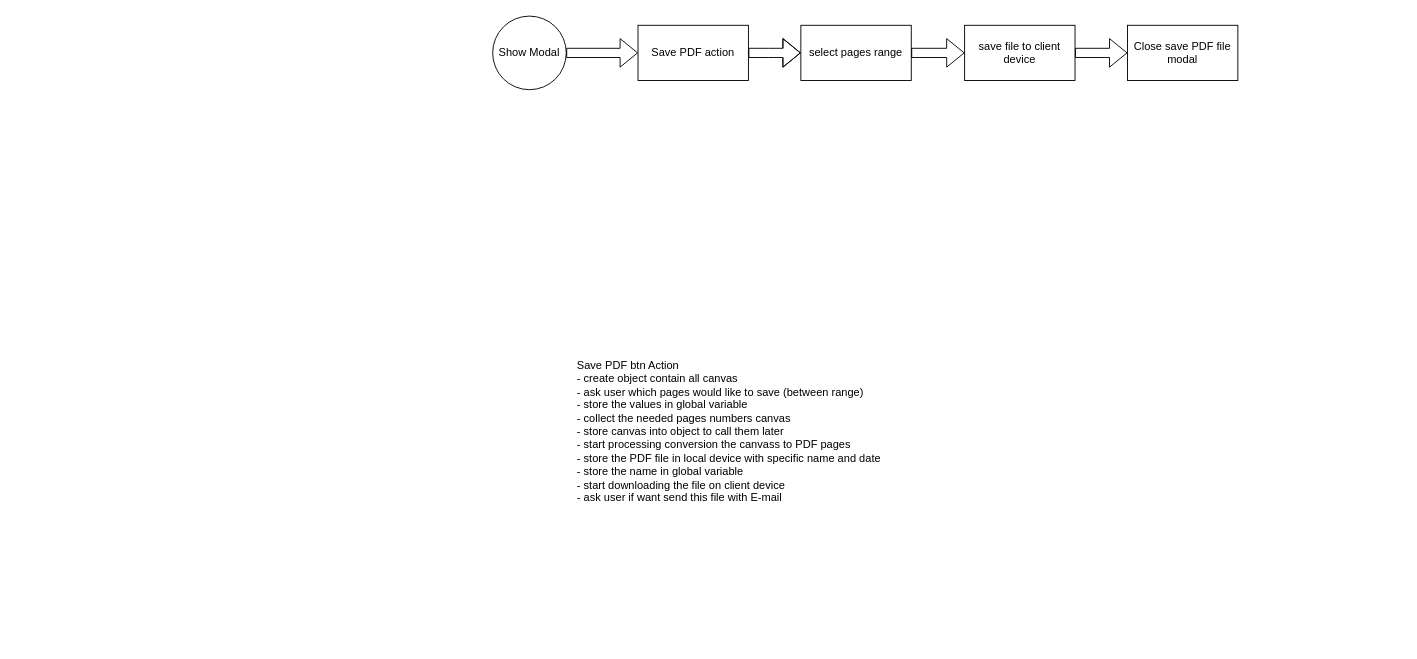
ahmadtechnik/signatureSystem keeps this draw.io diagram as page "main steps" (4 of 4) of UML Design/main.drawio. Above is the earlier version. Source tidied: cells renumbered, new cells numbered last; positions are measured from the earlier drawing's top-left corner, leaving out a move shared by most shapes. Both pictures are drawn from the tidied source at 92%, with x=0, y=0 at pixel (492, 16).
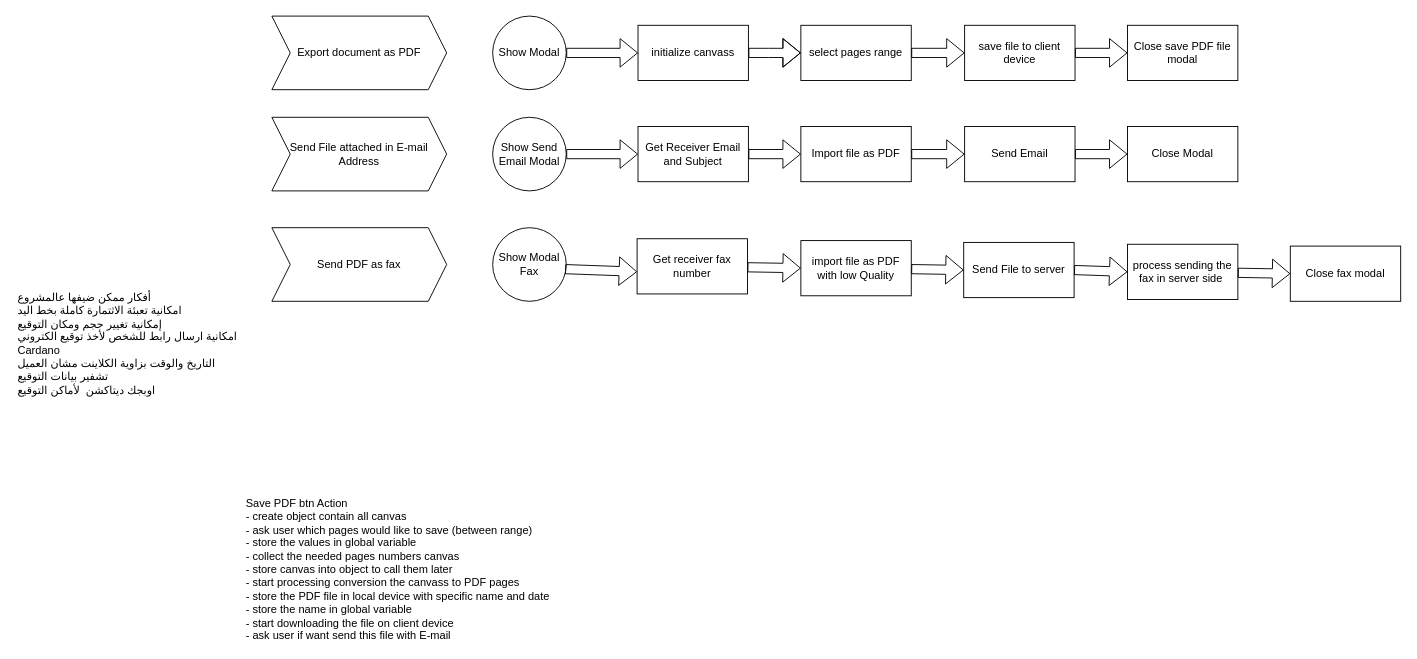
Above is the later version.

Diff of the diagram source:
```diff
@@
     <mxCell id="2" value="Save PDF btn Action&lt;br&gt;- create object contain all canvas&amp;nbsp;&lt;br&gt;- ask user which pages would like to save (between range)&lt;br&gt;- store the values in global variable&amp;nbsp;&lt;br&gt;- collect the needed pages numbers canvas&amp;nbsp;&lt;br&gt;- store canvas into object to call them later&lt;br&gt;- start processing conversion the canvass to PDF pages&lt;br&gt;- store the PDF file in local device with specific name and date&amp;nbsp;&lt;br&gt;- store the name in global variable&lt;br&gt;- start downloading the file on client device&lt;br&gt;- ask user if want send this file with E-mail&lt;br&gt;" style="text;html=1;align=left;verticalAlign=top;spacingTop=-4;" parent="1" vertex="1">
-      <mxGeometry x="90" y="370" width="350" height="160" as="geometry" />
+      <mxGeometry x="-270" y="520" width="350" height="160" as="geometry" />
     </mxCell>
-    <mxCell id="3" value="Save PDF action" style="rounded=0;whiteSpace=wrap;html=1;" parent="1" vertex="1">
+    <mxCell id="3" value="initialize canvass" style="rounded=0;whiteSpace=wrap;html=1;" parent="1" vertex="1">
       <mxGeometry x="158" y="10" width="120" height="60" as="geometry" />
     </mxCell>
@@
+    <mxCell id="12" value="Export document as PDF" style="shape=step;perimeter=stepPerimeter;whiteSpace=wrap;html=1;fixedSize=1;" parent="1" vertex="1">
+      <mxGeometry x="-240" width="190" height="80" as="geometry" />
+    </mxCell>
+    <mxCell id="13" value="Send File attached in E-mail Address" style="shape=step;perimeter=stepPerimeter;whiteSpace=wrap;html=1;fixedSize=1;" parent="1" vertex="1">
+      <mxGeometry x="-240" y="110" width="190" height="80" as="geometry" />
+    </mxCell>
+    <mxCell id="14" value="Show Send Email Modal" style="ellipse;whiteSpace=wrap;html=1;" parent="1" vertex="1">
+      <mxGeometry y="110" width="80" height="80" as="geometry" />
+    </mxCell>
+    <mxCell id="15" value="Get Receiver Email&lt;br&gt;and Subject&lt;br&gt;" style="rounded=0;whiteSpace=wrap;html=1;" parent="1" vertex="1">
+      <mxGeometry x="158" y="120" width="120" height="60" as="geometry" />
+    </mxCell>
+    <mxCell id="16" value="Import file as PDF" style="rounded=0;whiteSpace=wrap;html=1;" parent="1" vertex="1">
+      <mxGeometry x="335" y="120" width="120" height="60" as="geometry" />
+    </mxCell>
+    <mxCell id="17" value="Send Email" style="rounded=0;whiteSpace=wrap;html=1;" parent="1" vertex="1">
+      <mxGeometry x="513" y="120" width="120" height="60" as="geometry" />
+    </mxCell>
+    <mxCell id="18" value="Close Modal" style="rounded=0;whiteSpace=wrap;html=1;" parent="1" vertex="1">
+      <mxGeometry x="690" y="120" width="120" height="60" as="geometry" />
+    </mxCell>
+    <mxCell id="19" style="shape=flexArrow;endArrow=classic;html=1;entryX=0;entryY=0.5;entryDx=0;entryDy=0;exitX=1;exitY=0.5;exitDx=0;exitDy=0;" parent="1" edge="1" source="14" target="15">
+      <mxGeometry relative="1" as="geometry" />
+    </mxCell>
+    <mxCell id="20" style="shape=flexArrow;endArrow=classic;html=1;entryX=0;entryY=0.5;entryDx=0;entryDy=0;exitX=1;exitY=0.5;exitDx=0;exitDy=0;" parent="1" edge="1" source="15" target="16">
+      <mxGeometry relative="1" as="geometry" />
+    </mxCell>
+    <mxCell id="21" style="shape=flexArrow;endArrow=classic;html=1;entryX=0;entryY=0.5;entryDx=0;entryDy=0;exitX=1;exitY=0.5;exitDx=0;exitDy=0;" parent="1" edge="1" source="16" target="17">
+      <mxGeometry relative="1" as="geometry" />
+    </mxCell>
+    <mxCell id="22" style="shape=flexArrow;endArrow=classic;html=1;entryX=0;entryY=0.5;entryDx=0;entryDy=0;exitX=1;exitY=0.5;exitDx=0;exitDy=0;" parent="1" edge="1" source="17" target="18">
+      <mxGeometry relative="1" as="geometry" />
+    </mxCell>
+    <mxCell id="23" value="Send PDF as fax" style="shape=step;perimeter=stepPerimeter;whiteSpace=wrap;html=1;fixedSize=1;" parent="1" vertex="1">
+      <mxGeometry x="-240" y="230" width="190" height="80" as="geometry" />
+    </mxCell>
+    <mxCell id="24" value="Show Modal Fax" style="ellipse;whiteSpace=wrap;html=1;" parent="1" vertex="1">
+      <mxGeometry y="230" width="80" height="80" as="geometry" />
+    </mxCell>
+    <mxCell id="25" value="Get receiver fax number" style="rounded=0;whiteSpace=wrap;html=1;" parent="1" vertex="1">
+      <mxGeometry x="157" y="242" width="120" height="60" as="geometry" />
+    </mxCell>
+    <mxCell id="26" value="import file as PDF with low Quality" style="rounded=0;whiteSpace=wrap;html=1;" parent="1" vertex="1">
+      <mxGeometry x="335" y="244" width="120" height="60" as="geometry" />
+    </mxCell>
+    <mxCell id="27" value="Send File to server" style="rounded=0;whiteSpace=wrap;html=1;" parent="1" vertex="1">
+      <mxGeometry x="512" y="246" width="120" height="60" as="geometry" />
+    </mxCell>
+    <mxCell id="28" value="process sending the fax in server side&amp;nbsp;" style="rounded=0;whiteSpace=wrap;html=1;" parent="1" vertex="1">
+      <mxGeometry x="690" y="248" width="120" height="60" as="geometry" />
+    </mxCell>
+    <mxCell id="29" value="Close fax modal" style="rounded=0;whiteSpace=wrap;html=1;" parent="1" vertex="1">
+      <mxGeometry x="867" y="250" width="120" height="60" as="geometry" />
+    </mxCell>
+    <mxCell id="30" style="shape=flexArrow;endArrow=classic;html=1;entryX=0;entryY=0.5;entryDx=0;entryDy=0;" parent="1" edge="1" source="28" target="29">
+      <mxGeometry relative="1" as="geometry" />
+    </mxCell>
+    <mxCell id="31" style="shape=flexArrow;endArrow=classic;html=1;entryX=0;entryY=0.5;entryDx=0;entryDy=0;exitX=1;exitY=0.5;exitDx=0;exitDy=0;" parent="1" edge="1" source="27" target="28">
+      <mxGeometry relative="1" as="geometry" />
+    </mxCell>
+    <mxCell id="32" style="shape=flexArrow;endArrow=classic;html=1;entryX=0;entryY=0.5;entryDx=0;entryDy=0;" parent="1" edge="1" source="26" target="27">
+      <mxGeometry relative="1" as="geometry" />
+    </mxCell>
+    <mxCell id="33" style="shape=flexArrow;endArrow=classic;html=1;entryX=0;entryY=0.5;entryDx=0;entryDy=0;" parent="1" edge="1" source="25" target="26">
+      <mxGeometry relative="1" as="geometry" />
+    </mxCell>
+    <mxCell id="34" style="shape=flexArrow;endArrow=classic;html=1;entryX=0;entryY=0.598;entryDx=0;entryDy=0;exitX=0.985;exitY=0.563;exitDx=0;exitDy=0;exitPerimeter=0;entryPerimeter=0;" parent="1" edge="1" source="24" target="25">
+      <mxGeometry relative="1" as="geometry" />
+    </mxCell>
+    <mxCell id="35" value="أفكار ممكن ضيفها عالمشروع&lt;br&gt;امكانية تعبئة الاثتمارة كاملة بخط اليد&lt;br&gt;إمكانية تغيير حجم ومكان التوقيع&lt;br&gt;امكانية ارسال رابط للشخص لأخذ توقيع الكتروني&lt;br&gt;&lt;span&gt;Cardano&lt;br&gt;التاريخ والوقت بزاوية الكلاينت مشان العميل&lt;br&gt;تشفير بيانات التوقيع&lt;br&gt;اوبجك ديتاكشن&amp;nbsp; لأماكن التوقيع&lt;br&gt;&amp;nbsp;&lt;/span&gt;&lt;br&gt;" style="text;html=1;align=left;verticalAlign=top;spacingTop=-4;" parent="1" vertex="1">
+      <mxGeometry x="-518" y="296" width="200" height="130" as="geometry" />
+    </mxCell>
```
